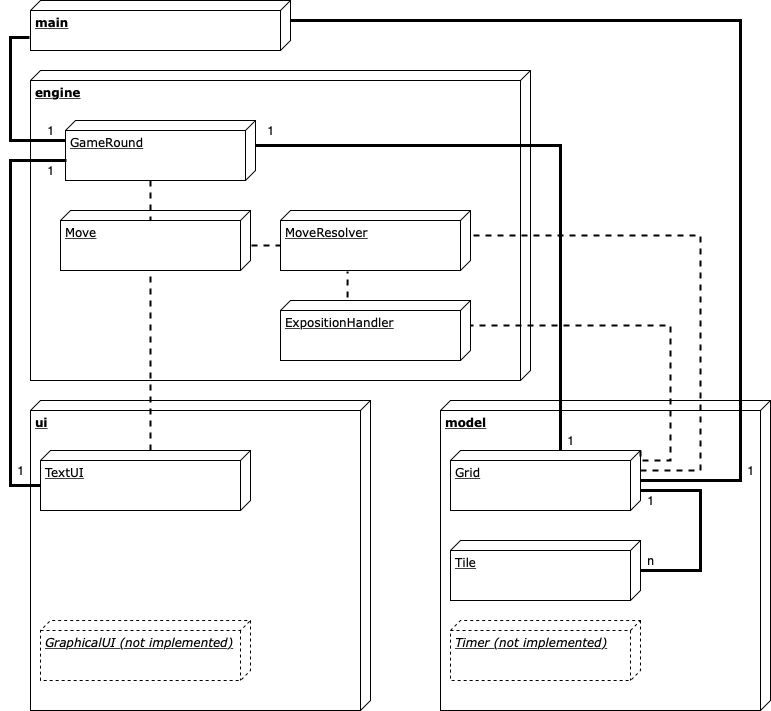
Earlier version of the draw.io export dokumentointi/MineSweeper_architecture.png (TommiON/Miinaharava). Source tidied: cells renumbered, new cells last; positions are measured from the earlier drawing's top-left corner, leaving out a move shared by most shapes.
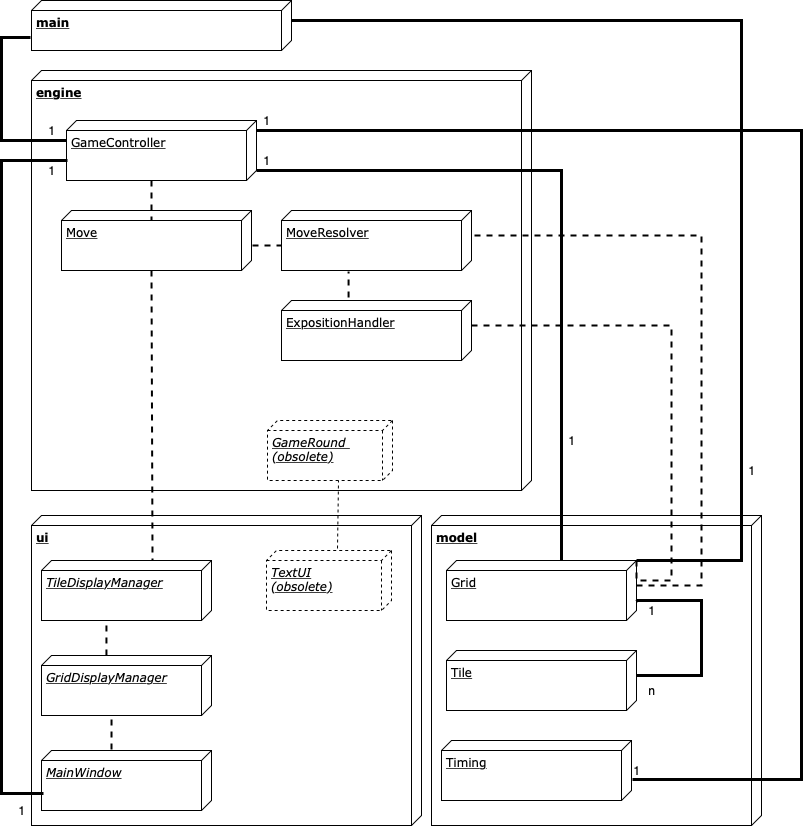
After the commit.

Commit message:
Uusi arkkitehtuurikuva, tarpeettoman luokan poisto

Diff of the diagram source:
```diff
@@ -3,80 +3,76 @@
     <mxCell id="0" />
     <mxCell id="1" parent="0" />
     <mxCell id="2" value="&lt;b&gt;ui&lt;/b&gt;" style="verticalAlign=top;align=left;spacingTop=8;spacingLeft=2;spacingRight=12;shape=cube;size=10;direction=south;fontStyle=4;html=1;rounded=0;shadow=0;comic=0;labelBackgroundColor=none;strokeWidth=1;fontFamily=Verdana;fontSize=12;" parent="1" vertex="1">
-      <mxGeometry x="30" y="400" width="340" height="310" as="geometry" />
+      <mxGeometry x="30" y="515" width="390" height="310" as="geometry" />
     </mxCell>
     <mxCell id="3" value="&lt;b&gt;model&lt;/b&gt;" style="verticalAlign=top;align=left;spacingTop=8;spacingLeft=2;spacingRight=12;shape=cube;size=10;direction=south;fontStyle=4;html=1;rounded=0;shadow=0;comic=0;labelBackgroundColor=none;strokeWidth=1;fontFamily=Verdana;fontSize=12;" parent="1" vertex="1">
-      <mxGeometry x="440" y="400" width="330" height="310" as="geometry" />
+      <mxGeometry x="430" y="515" width="330" height="310" as="geometry" />
     </mxCell>
     <mxCell id="4" value="&lt;b&gt;engine&lt;/b&gt;" style="verticalAlign=top;align=left;spacingTop=8;spacingLeft=2;spacingRight=12;shape=cube;size=10;direction=south;fontStyle=4;html=1;rounded=0;shadow=0;comic=0;labelBackgroundColor=none;strokeWidth=1;fontFamily=Verdana;fontSize=12;" parent="1" vertex="1">
-      <mxGeometry x="30" y="70" width="500" height="310" as="geometry" />
+      <mxGeometry x="30" y="70" width="500" height="420" as="geometry" />
     </mxCell>
     <mxCell id="5" style="edgeStyle=orthogonalEdgeStyle;rounded=0;html=1;labelBackgroundColor=none;startArrow=none;startFill=0;startSize=8;endArrow=none;endFill=0;endSize=16;fontFamily=Verdana;fontSize=12;entryX=0.74;entryY=1.004;entryDx=0;entryDy=0;entryPerimeter=0;strokeWidth=3;" parent="1" edge="1" source="7" target="6">
       <mxGeometry relative="1" as="geometry">
         <Array as="points">
-          <mxPoint x="10" y="140" />
-          <mxPoint x="10" y="37" />
+          <mxPoint y="140" />
+          <mxPoint y="37" />
         </Array>
       </mxGeometry>
     </mxCell>
     <mxCell id="6" value="&lt;b&gt;main&lt;/b&gt;" style="verticalAlign=top;align=left;spacingTop=8;spacingLeft=2;spacingRight=12;shape=cube;size=10;direction=south;fontStyle=4;html=1;rounded=0;shadow=0;comic=0;labelBackgroundColor=none;strokeWidth=1;fontFamily=Verdana;fontSize=12;" parent="1" vertex="1">
       <mxGeometry x="30" width="260" height="50" as="geometry" />
     </mxCell>
-    <mxCell id="7" value="GameRound" style="verticalAlign=top;align=left;spacingTop=8;spacingLeft=2;spacingRight=12;shape=cube;size=10;direction=south;fontStyle=4;html=1;rounded=0;shadow=0;comic=0;labelBackgroundColor=none;strokeWidth=1;fontFamily=Verdana;fontSize=12;" parent="1" vertex="1">
+    <mxCell id="7" value="GameController" style="verticalAlign=top;align=left;spacingTop=8;spacingLeft=2;spacingRight=12;shape=cube;size=10;direction=south;fontStyle=4;html=1;rounded=0;shadow=0;comic=0;labelBackgroundColor=none;strokeWidth=1;fontFamily=Verdana;fontSize=12;" parent="1" vertex="1">
       <mxGeometry x="65" y="120" width="190" height="60" as="geometry" />
     </mxCell>
     <mxCell id="8" value="Grid" style="verticalAlign=top;align=left;spacingTop=8;spacingLeft=2;spacingRight=12;shape=cube;size=10;direction=south;fontStyle=4;html=1;rounded=0;shadow=0;comic=0;labelBackgroundColor=none;strokeWidth=1;fontFamily=Verdana;fontSize=12;" parent="1" vertex="1">
-      <mxGeometry x="450" y="450" width="190" height="60" as="geometry" />
+      <mxGeometry x="445" y="560" width="190" height="60" as="geometry" />
     </mxCell>
     <mxCell id="9" value="1" style="text;html=1;strokeColor=none;fillColor=none;align=center;verticalAlign=middle;whiteSpace=wrap;rounded=0;" parent="1" vertex="1">
       <mxGeometry x="30" y="120" width="40" height="20" as="geometry" />
     </mxCell>
-    <mxCell id="10" style="edgeStyle=orthogonalEdgeStyle;rounded=0;html=1;labelBackgroundColor=none;startArrow=none;startFill=0;startSize=8;endArrow=none;endFill=0;endSize=16;fontFamily=Verdana;fontSize=12;entryX=0;entryY=0;entryDx=25;entryDy=0;entryPerimeter=0;strokeWidth=3;" parent="1" edge="1" source="8" target="7">
+    <mxCell id="10" style="edgeStyle=orthogonalEdgeStyle;rounded=0;html=1;labelBackgroundColor=none;startArrow=none;startFill=0;startSize=8;endArrow=none;endFill=0;endSize=16;fontFamily=Verdana;fontSize=12;strokeWidth=3;" parent="1" edge="1" source="8">
       <mxGeometry relative="1" as="geometry">
+        <mxPoint x="255" y="170" as="targetPoint" />
         <Array as="points">
-          <mxPoint x="560" y="145" />
+          <mxPoint x="560" y="170" />
+          <mxPoint x="255" y="170" />
         </Array>
       </mxGeometry>
     </mxCell>
     <mxCell id="11" value="Tile" style="verticalAlign=top;align=left;spacingTop=8;spacingLeft=2;spacingRight=12;shape=cube;size=10;direction=south;fontStyle=4;html=1;rounded=0;shadow=0;comic=0;labelBackgroundColor=none;strokeWidth=1;fontFamily=Verdana;fontSize=12;" parent="1" vertex="1">
-      <mxGeometry x="450" y="540" width="190" height="60" as="geometry" />
+      <mxGeometry x="445" y="650" width="190" height="60" as="geometry" />
     </mxCell>
-    <mxCell id="12" style="edgeStyle=orthogonalEdgeStyle;rounded=0;html=1;labelBackgroundColor=none;startArrow=none;startFill=0;startSize=8;endArrow=none;endFill=0;endSize=16;fontFamily=Verdana;fontSize=12;entryX=0.25;entryY=0;entryDx=0;entryDy=0;strokeWidth=3;" parent="1" edge="1" target="13">
+    <mxCell id="12" style="edgeStyle=orthogonalEdgeStyle;rounded=0;html=1;labelBackgroundColor=none;startArrow=none;startFill=0;startSize=8;endArrow=none;endFill=0;endSize=16;fontFamily=Verdana;fontSize=12;entryX=0.683;entryY=0;entryDx=0;entryDy=0;strokeWidth=3;exitX=0;exitY=0;exitDx=25;exitDy=0;exitPerimeter=0;entryPerimeter=0;" parent="1" edge="1" source="11" target="8">
       <mxGeometry relative="1" as="geometry">
-        <mxPoint x="640" y="570" as="sourcePoint" />
         <Array as="points">
-          <mxPoint x="700" y="570" />
-          <mxPoint x="700" y="490" />
-          <mxPoint x="640" y="490" />
+          <mxPoint x="700" y="675" />
+          <mxPoint x="700" y="600" />
+          <mxPoint x="636" y="600" />
         </Array>
       </mxGeometry>
     </mxCell>
     <mxCell id="13" value="1" style="text;html=1;strokeColor=none;fillColor=none;align=center;verticalAlign=middle;whiteSpace=wrap;rounded=0;" parent="1" vertex="1">
-      <mxGeometry x="630" y="490" width="40" height="20" as="geometry" />
+      <mxGeometry x="630" y="600" width="40" height="20" as="geometry" />
     </mxCell>
     <mxCell id="14" value="n" style="text;html=1;strokeColor=none;fillColor=none;align=center;verticalAlign=middle;whiteSpace=wrap;rounded=0;" parent="1" vertex="1">
-      <mxGeometry x="630" y="550" width="40" height="20" as="geometry" />
+      <mxGeometry x="630" y="680" width="40" height="20" as="geometry" />
     </mxCell>
     <mxCell id="15" value="1" style="text;html=1;strokeColor=none;fillColor=none;align=center;verticalAlign=middle;whiteSpace=wrap;rounded=0;" parent="1" vertex="1">
-      <mxGeometry x="250" y="120" width="40" height="20" as="geometry" />
+      <mxGeometry x="245" y="150" width="40" height="20" as="geometry" />
     </mxCell>
-    <mxCell id="16" value="TextUI" style="verticalAlign=top;align=left;spacingTop=8;spacingLeft=2;spacingRight=12;shape=cube;size=10;direction=south;fontStyle=4;html=1;rounded=0;shadow=0;comic=0;labelBackgroundColor=none;strokeWidth=1;fontFamily=Verdana;fontSize=12;" parent="1" vertex="1">
-      <mxGeometry x="40" y="450" width="210" height="60" as="geometry" />
+    <mxCell id="16" value="&lt;i&gt;TextUI&lt;br&gt;(obsolete)&lt;/i&gt;" style="verticalAlign=top;align=left;spacingTop=8;spacingLeft=2;spacingRight=12;shape=cube;size=10;direction=south;fontStyle=4;html=1;rounded=0;shadow=0;comic=0;labelBackgroundColor=none;strokeWidth=1;fontFamily=Verdana;fontSize=12;dashed=1;" parent="1" vertex="1">
+      <mxGeometry x="265" y="550" width="125" height="60" as="geometry" />
     </mxCell>
-    <mxCell id="17" value="&lt;i&gt;GraphicalUI (not implemented)&lt;/i&gt;" style="verticalAlign=top;align=left;spacingTop=8;spacingLeft=2;spacingRight=12;shape=cube;size=10;direction=south;fontStyle=4;html=1;rounded=0;shadow=0;comic=0;labelBackgroundColor=none;strokeWidth=1;fontFamily=Verdana;fontSize=12;dashed=1;" parent="1" vertex="1">
-      <mxGeometry x="40" y="620" width="210" height="60" as="geometry" />
+    <mxCell id="17" value="&lt;i&gt;MainWindow&lt;/i&gt;" style="verticalAlign=top;align=left;spacingTop=8;spacingLeft=2;spacingRight=12;shape=cube;size=10;direction=south;fontStyle=4;html=1;rounded=0;shadow=0;comic=0;labelBackgroundColor=none;strokeWidth=1;fontFamily=Verdana;fontSize=12;" parent="1" vertex="1">
+      <mxGeometry x="40" y="750" width="170" height="60" as="geometry" />
     </mxCell>
-    <mxCell id="18" value="&lt;i&gt;Timer (not implemented)&lt;/i&gt;" style="verticalAlign=top;align=left;spacingTop=8;spacingLeft=2;spacingRight=12;shape=cube;size=10;direction=south;fontStyle=4;html=1;rounded=0;shadow=0;comic=0;labelBackgroundColor=none;strokeWidth=1;fontFamily=Verdana;fontSize=12;dashed=1;" parent="1" vertex="1">
-      <mxGeometry x="450" y="620" width="190" height="60" as="geometry" />
-    </mxCell>
-    <mxCell id="19" style="edgeStyle=orthogonalEdgeStyle;rounded=0;html=1;labelBackgroundColor=none;startArrow=none;startFill=0;startSize=8;endArrow=none;endFill=0;endSize=16;fontFamily=Verdana;fontSize=12;strokeWidth=3;" parent="1" edge="1">
+    <mxCell id="19" style="edgeStyle=orthogonalEdgeStyle;rounded=0;html=1;labelBackgroundColor=none;startArrow=none;startFill=0;startSize=8;endArrow=none;endFill=0;endSize=16;fontFamily=Verdana;fontSize=12;strokeWidth=3;entryX=0.717;entryY=0.99;entryDx=0;entryDy=0;entryPerimeter=0;" parent="1" edge="1" target="17">
       <mxGeometry relative="1" as="geometry">
         <mxPoint x="66" y="160" as="sourcePoint" />
-        <mxPoint x="40" y="485" as="targetPoint" />
         <Array as="points">
-          <mxPoint x="66" y="160" />
-          <mxPoint x="10" y="160" />
-          <mxPoint x="10" y="485" />
+          <mxPoint y="160" />
+          <mxPoint y="793" />
         </Array>
       </mxGeometry>
     </mxCell>
@@ -89,12 +85,10 @@
     <mxCell id="22" value="1" style="text;html=1;strokeColor=none;fillColor=none;align=center;verticalAlign=middle;whiteSpace=wrap;rounded=0;" parent="1" vertex="1">
       <mxGeometry x="550" y="430" width="40" height="20" as="geometry" />
     </mxCell>
-    <mxCell id="23" style="edgeStyle=orthogonalEdgeStyle;rounded=0;html=1;labelBackgroundColor=none;startArrow=none;startFill=0;startSize=8;endArrow=none;endFill=0;endSize=16;fontFamily=Verdana;fontSize=12;entryX=0;entryY=0;entryDx=20;entryDy=0;entryPerimeter=0;strokeWidth=3;" parent="1" edge="1" target="6">
+    <mxCell id="23" style="edgeStyle=orthogonalEdgeStyle;rounded=0;html=1;labelBackgroundColor=none;startArrow=none;startFill=0;startSize=8;endArrow=none;endFill=0;endSize=16;fontFamily=Verdana;fontSize=12;entryX=0;entryY=0;entryDx=20;entryDy=0;entryPerimeter=0;strokeWidth=3;exitX=0;exitY=0;exitDx=0;exitDy=0;exitPerimeter=0;" parent="1" edge="1" source="8" target="6">
       <mxGeometry relative="1" as="geometry">
-        <mxPoint x="640" y="480" as="sourcePoint" />
         <Array as="points">
-          <mxPoint x="640" y="480" />
-          <mxPoint x="740" y="480" />
+          <mxPoint x="740" y="560" />
           <mxPoint x="740" y="20" />
         </Array>
       </mxGeometry>
@@ -103,10 +97,12 @@
       <mxGeometry x="30" y="160" width="40" height="20" as="geometry" />
     </mxCell>
     <mxCell id="25" value="1" style="text;html=1;strokeColor=none;fillColor=none;align=center;verticalAlign=middle;whiteSpace=wrap;rounded=0;" parent="1" vertex="1">
-      <mxGeometry y="460" width="40" height="20" as="geometry" />
+      <mxGeometry y="800" width="40" height="20" as="geometry" />
     </mxCell>
-    <mxCell id="26" style="endArrow=none;html=1;dashed=1;strokeWidth=2;entryX=0;entryY=0;entryDx=60;entryDy=100;entryPerimeter=0;exitX=0;exitY=0;exitDx=0;exitDy=100;exitPerimeter=0;" parent="1" edge="1" source="16" target="20">
-      <mxGeometry relative="1" as="geometry" />
+    <mxCell id="26" style="endArrow=none;html=1;dashed=1;strokeWidth=2;entryX=1;entryY=0.588;entryDx=0;entryDy=0;entryPerimeter=0;" parent="1" edge="1" target="40">
+      <mxGeometry relative="1" as="geometry">
+        <mxPoint x="110" y="749" as="sourcePoint" />
+      </mxGeometry>
     </mxCell>
     <mxCell id="27" style="endArrow=none;html=1;dashed=1;strokeWidth=2;" parent="1" edge="1">
       <mxGeometry relative="1" as="geometry">
@@ -125,11 +121,10 @@
     <mxCell id="30" style="endArrow=none;html=1;dashed=1;strokeWidth=2;entryX=1.017;entryY=0.647;entryDx=0;entryDy=0;entryPerimeter=0;exitX=-0.05;exitY=0.647;exitDx=0;exitDy=0;exitPerimeter=0;" parent="1" edge="1" source="29" target="21">
       <mxGeometry relative="1" as="geometry" />
     </mxCell>
-    <mxCell id="31" style="edgeStyle=orthogonalEdgeStyle;rounded=0;html=1;labelBackgroundColor=none;startArrow=none;startFill=0;startSize=8;endArrow=none;endFill=0;endSize=16;fontFamily=Verdana;fontSize=12;entryX=0;entryY=0;entryDx=25;entryDy=0;entryPerimeter=0;strokeWidth=2;dashed=1;" parent="1" edge="1" target="21">
+    <mxCell id="31" style="edgeStyle=orthogonalEdgeStyle;rounded=0;html=1;labelBackgroundColor=none;startArrow=none;startFill=0;startSize=8;endArrow=none;endFill=0;endSize=16;fontFamily=Verdana;fontSize=12;entryX=0;entryY=0;entryDx=25;entryDy=0;entryPerimeter=0;strokeWidth=2;dashed=1;exitX=0;exitY=0;exitDx=25;exitDy=0;exitPerimeter=0;" parent="1" edge="1" source="8" target="21">
       <mxGeometry relative="1" as="geometry">
-        <mxPoint x="640" y="470" as="sourcePoint" />
         <Array as="points">
-          <mxPoint x="700" y="470" />
+          <mxPoint x="700" y="585" />
           <mxPoint x="700" y="235" />
         </Array>
       </mxGeometry>
@@ -137,8 +132,8 @@
     <mxCell id="32" style="edgeStyle=orthogonalEdgeStyle;rounded=0;html=1;labelBackgroundColor=none;startArrow=none;startFill=0;startSize=8;endArrow=none;endFill=0;endSize=16;fontFamily=Verdana;fontSize=12;entryX=0;entryY=0;entryDx=25;entryDy=0;entryPerimeter=0;strokeWidth=2;dashed=1;exitX=0;exitY=0;exitDx=0;exitDy=0;exitPerimeter=0;" parent="1" edge="1" source="8" target="29">
       <mxGeometry relative="1" as="geometry">
         <Array as="points">
-          <mxPoint x="640" y="460" />
-          <mxPoint x="670" y="460" />
+          <mxPoint x="635" y="580" />
+          <mxPoint x="670" y="580" />
           <mxPoint x="670" y="325" />
         </Array>
       </mxGeometry>
@@ -146,5 +141,43 @@
     <mxCell id="33" value="1" style="text;html=1;strokeColor=none;fillColor=none;align=center;verticalAlign=middle;whiteSpace=wrap;rounded=0;" parent="1" vertex="1">
       <mxGeometry x="730" y="460" width="40" height="20" as="geometry" />
     </mxCell>
+    <mxCell id="34" value="&lt;i&gt;GameRound &lt;br&gt;(obsolete)&lt;/i&gt;" style="verticalAlign=top;align=left;spacingTop=8;spacingLeft=2;spacingRight=12;shape=cube;size=10;direction=south;fontStyle=4;html=1;rounded=0;shadow=0;comic=0;labelBackgroundColor=none;strokeWidth=1;fontFamily=Verdana;fontSize=12;dashed=1;" parent="1" vertex="1">
+      <mxGeometry x="266" y="420" width="125" height="60" as="geometry" />
+    </mxCell>
+    <mxCell id="35" value="Timing" style="verticalAlign=top;align=left;spacingTop=8;spacingLeft=2;spacingRight=12;shape=cube;size=10;direction=south;fontStyle=4;html=1;rounded=0;shadow=0;comic=0;labelBackgroundColor=none;strokeWidth=1;fontFamily=Verdana;fontSize=12;" parent="1" vertex="1">
+      <mxGeometry x="440" y="740" width="190" height="60" as="geometry" />
+    </mxCell>
+    <mxCell id="36" style="edgeStyle=orthogonalEdgeStyle;rounded=0;html=1;labelBackgroundColor=none;startArrow=none;startFill=0;startSize=8;endArrow=none;endFill=0;endSize=16;fontFamily=Verdana;fontSize=12;strokeWidth=3;exitX=0.65;exitY=-0.005;exitDx=0;exitDy=0;exitPerimeter=0;" parent="1" edge="1" source="35">
+      <mxGeometry relative="1" as="geometry">
+        <mxPoint x="255" y="130" as="targetPoint" />
+        <Array as="points">
+          <mxPoint x="800" y="779" />
+          <mxPoint x="800" y="130" />
+        </Array>
+      </mxGeometry>
+    </mxCell>
+    <mxCell id="37" value="1" style="text;html=1;strokeColor=none;fillColor=none;align=center;verticalAlign=middle;whiteSpace=wrap;rounded=0;" parent="1" vertex="1">
+      <mxGeometry x="245" y="110" width="40" height="20" as="geometry" />
+    </mxCell>
+    <mxCell id="38" value="1" style="text;html=1;strokeColor=none;fillColor=none;align=center;verticalAlign=middle;whiteSpace=wrap;rounded=0;" parent="1" vertex="1">
+      <mxGeometry x="615" y="760" width="40" height="20" as="geometry" />
+    </mxCell>
+    <mxCell id="39" style="endArrow=none;html=1;dashed=1;strokeWidth=1;entryX=1;entryY=0.432;entryDx=0;entryDy=0;entryPerimeter=0;" parent="1" edge="1" target="34">
+      <mxGeometry relative="1" as="geometry">
+        <mxPoint x="336" y="548" as="sourcePoint" />
+      </mxGeometry>
+    </mxCell>
+    <mxCell id="40" value="&lt;i&gt;GridDisplayManager&lt;/i&gt;" style="verticalAlign=top;align=left;spacingTop=8;spacingLeft=2;spacingRight=12;shape=cube;size=10;direction=south;fontStyle=4;html=1;rounded=0;shadow=0;comic=0;labelBackgroundColor=none;strokeWidth=1;fontFamily=Verdana;fontSize=12;" parent="1" vertex="1">
+      <mxGeometry x="40" y="655" width="170" height="60" as="geometry" />
+    </mxCell>
+    <mxCell id="41" value="&lt;i&gt;TileDisplayManager&lt;/i&gt;" style="verticalAlign=top;align=left;spacingTop=8;spacingLeft=2;spacingRight=12;shape=cube;size=10;direction=south;fontStyle=4;html=1;rounded=0;shadow=0;comic=0;labelBackgroundColor=none;strokeWidth=1;fontFamily=Verdana;fontSize=12;" parent="1" vertex="1">
+      <mxGeometry x="40" y="560" width="170" height="60" as="geometry" />
+    </mxCell>
+    <mxCell id="42" style="endArrow=none;html=1;dashed=1;strokeWidth=2;exitX=1.083;exitY=0.618;exitDx=0;exitDy=0;exitPerimeter=0;entryX=0;entryY=0.618;entryDx=0;entryDy=0;entryPerimeter=0;" parent="1" edge="1" source="41" target="40">
+      <mxGeometry relative="1" as="geometry" />
+    </mxCell>
+    <mxCell id="43" style="endArrow=none;html=1;dashed=1;strokeWidth=2;exitX=0;exitY=0;exitDx=60;exitDy=100;exitPerimeter=0;entryX=0;entryY=0.347;entryDx=0;entryDy=0;entryPerimeter=0;" parent="1" edge="1" source="20" target="41">
+      <mxGeometry relative="1" as="geometry" />
+    </mxCell>
   </root>
 </mxGraphModel>
```
